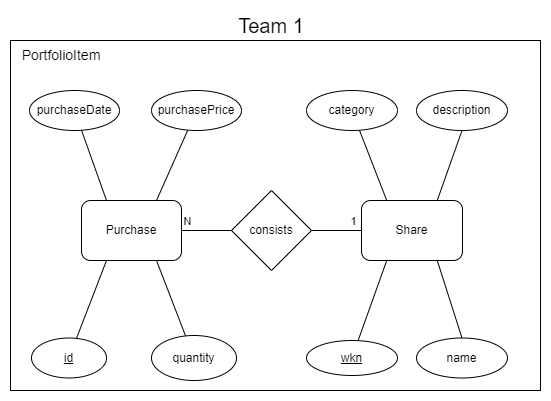
Earlier version of the draw.io export ER Diagramm Sprint2 Team1.drawio.png (VakZok/financial_assets_portfolio). Source tidied: cells renumbered, new cells last; positions are measured from the earlier drawing's top-left corner, leaving out a move shared by most shapes.
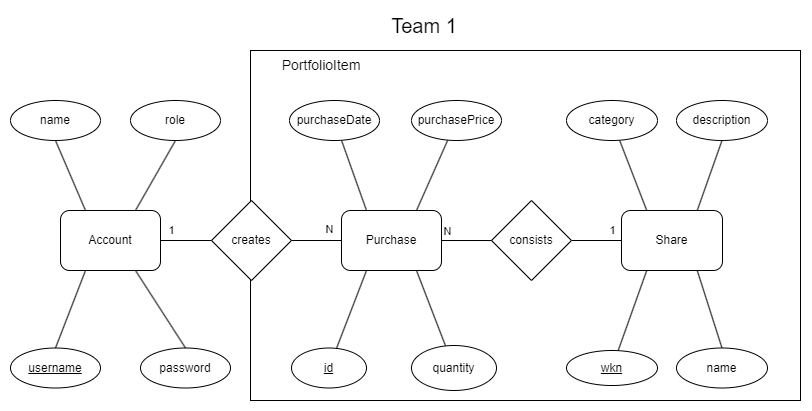
Later version of the same file.

What changed in the source:
```diff
@@ -2,6 +2,9 @@
   <root>
     <mxCell id="0" />
     <mxCell id="1" parent="0" />
+    <mxCell id="27" style="rounded=0;whiteSpace=wrap;html=1;fillColor=none;align=left;" parent="1" vertex="1">
+      <mxGeometry x="-20" y="30" width="550" height="350" as="geometry" />
+    </mxCell>
     <mxCell id="2" style="rounded=0;jettySize=auto;html=1;exitX=0.75;exitY=0;exitDx=0;exitDy=0;entryX=0.5;entryY=1;entryDx=0;entryDy=0;endArrow=none;endFill=0;" parent="1" edge="1" source="3" target="17">
       <mxGeometry relative="1" as="geometry" />
     </mxCell>
@@ -81,13 +84,56 @@
       <mxGeometry x="141" y="325" width="85" height="45" as="geometry" />
     </mxCell>
     <mxCell id="26" value="&lt;div&gt;&lt;span style=&quot;background-color: initial;&quot;&gt;Team 1&lt;/span&gt;&lt;br&gt;&lt;/div&gt;" style="text;html=1;strokeColor=none;fillColor=none;align=center;verticalAlign=middle;whiteSpace=wrap;rounded=0;fontSize=20;" parent="1" vertex="1">
-      <mxGeometry x="91" width="340" height="30" as="geometry" />
+      <mxGeometry x="-16" y="-10" width="340" height="30" as="geometry" />
     </mxCell>
-    <mxCell id="27" style="rounded=0;whiteSpace=wrap;html=1;fillColor=none;align=left;" parent="1" vertex="1">
-      <mxGeometry y="30" width="530" height="350" as="geometry" />
-    </mxCell>
     <mxCell id="28" value="PortfolioItem" style="text;html=1;strokeColor=none;fillColor=none;align=center;verticalAlign=middle;whiteSpace=wrap;rounded=0;fontSize=14;" parent="1" vertex="1">
       <mxGeometry x="11" y="30" width="80" height="30" as="geometry" />
     </mxCell>
+    <mxCell id="29" value="Account" style="rounded=1;whiteSpace=wrap;html=1;" parent="1" vertex="1">
+      <mxGeometry x="-210" y="190" width="100" height="60" as="geometry" />
+    </mxCell>
+    <mxCell id="30" value="creates" style="rhombus;whiteSpace=wrap;html=1;" parent="1" vertex="1">
+      <mxGeometry x="-59" y="180" width="80" height="80" as="geometry" />
+    </mxCell>
+    <mxCell id="31" style="edgeStyle=orthogonalEdgeStyle;rounded=0;jettySize=auto;html=1;exitX=1;exitY=0.5;exitDx=0;exitDy=0;entryX=0;entryY=0.5;entryDx=0;entryDy=0;endArrow=none;endFill=0;" parent="1" edge="1" source="29" target="30">
+      <mxGeometry relative="1" as="geometry" />
+    </mxCell>
+    <mxCell id="32" style="edgeStyle=orthogonalEdgeStyle;rounded=0;jettySize=auto;html=1;exitX=1;exitY=0.5;exitDx=0;exitDy=0;endArrow=none;endFill=0;entryX=0;entryY=0.5;entryDx=0;entryDy=0;" parent="1" edge="1" source="30" target="14">
+      <mxGeometry relative="1" as="geometry" />
+    </mxCell>
+    <mxCell id="33" value="N" style="edgeLabel;html=1;align=center;verticalAlign=middle;" parent="1" vertex="1">
+      <mxGeometry x="186" y="220.5" as="geometry">
+        <mxPoint x="-127" y="-12" as="offset" />
+      </mxGeometry>
+    </mxCell>
+    <mxCell id="34" value="1" style="edgeLabel;html=1;align=center;verticalAlign=middle;" parent="1" vertex="1">
+      <mxGeometry x="351" y="220" as="geometry">
+        <mxPoint x="-450" y="-10" as="offset" />
+      </mxGeometry>
+    </mxCell>
+    <mxCell id="35" value="name" style="ellipse;whiteSpace=wrap;html=1;" parent="1" vertex="1">
+      <mxGeometry x="-260" y="80" width="90" height="40" as="geometry" />
+    </mxCell>
+    <mxCell id="36" style="rounded=0;jettySize=auto;html=1;entryX=0.25;entryY=0;entryDx=0;entryDy=0;endArrow=none;endFill=0;exitX=0.5;exitY=1;exitDx=0;exitDy=0;" parent="1" edge="1" source="35" target="29">
+      <mxGeometry relative="1" as="geometry" />
+    </mxCell>
+    <mxCell id="37" value="password" style="ellipse;whiteSpace=wrap;html=1;" parent="1" vertex="1">
+      <mxGeometry x="-130" y="327.5" width="90" height="40" as="geometry" />
+    </mxCell>
+    <mxCell id="38" style="rounded=0;jettySize=auto;html=1;entryX=0.5;entryY=0;entryDx=0;entryDy=0;endArrow=none;endFill=0;exitX=0.75;exitY=1;exitDx=0;exitDy=0;" parent="1" edge="1" source="29" target="37">
+      <mxGeometry relative="1" as="geometry" />
+    </mxCell>
+    <mxCell id="39" value="&lt;u&gt;username&lt;/u&gt;" style="ellipse;whiteSpace=wrap;html=1;" parent="1" vertex="1">
+      <mxGeometry x="-260" y="327.5" width="90" height="40" as="geometry" />
+    </mxCell>
+    <mxCell id="40" style="rounded=0;jettySize=auto;html=1;entryX=0.5;entryY=0;entryDx=0;entryDy=0;endArrow=none;endFill=0;exitX=0.25;exitY=1;exitDx=0;exitDy=0;" parent="1" edge="1" source="29" target="39">
+      <mxGeometry relative="1" as="geometry" />
+    </mxCell>
+    <mxCell id="41" value="role" style="ellipse;whiteSpace=wrap;html=1;" parent="1" vertex="1">
+      <mxGeometry x="-140" y="80" width="90" height="40" as="geometry" />
+    </mxCell>
+    <mxCell id="42" style="rounded=0;jettySize=auto;html=1;entryX=0.75;entryY=0;entryDx=0;entryDy=0;endArrow=none;endFill=0;exitX=0.5;exitY=1;exitDx=0;exitDy=0;" parent="1" edge="1" source="41" target="29">
+      <mxGeometry relative="1" as="geometry" />
+    </mxCell>
   </root>
 </mxGraphModel>
```
